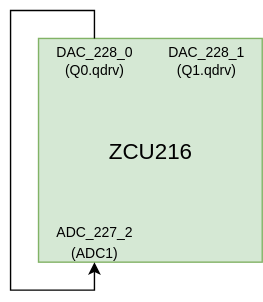
Above: images/cirgen.svg in ghuangatlbl/qubictutorial (draw.io), before the change. Source tidied: cells renumbered, new cells last; positions are measured from the earlier drawing's top-left corner, leaving out a move shared by most shapes.
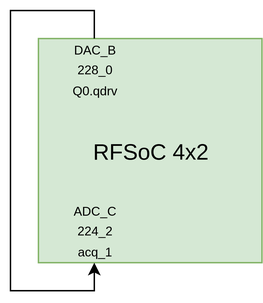
Later version of the same file.

Commit message:
add diagram for rfsoc 4x2

What changed in the source:
```diff
@@ -2,27 +2,24 @@
   <root>
     <mxCell id="0" />
     <mxCell id="1" parent="0" />
-    <mxCell id="2" value="&lt;font style=&quot;font-size: 16px;&quot;&gt;ZCU216&lt;/font&gt;" style="rounded=0;whiteSpace=wrap;html=1;fillColor=#d5e8d4;strokeColor=#82b366;" parent="1" vertex="1">
-      <mxGeometry x="20" y="20" width="160" height="160" as="geometry" />
-    </mxCell>
-    <mxCell id="3" style="edgeStyle=orthogonalEdgeStyle;rounded=0;jettySize=auto;html=1;exitX=0.5;exitY=0;exitDx=0;exitDy=0;entryX=0.5;entryY=1;entryDx=0;entryDy=0;" parent="1" edge="1" source="4" target="6">
-      <mxGeometry relative="1" as="geometry">
-        <Array as="points">
-          <mxPoint x="60" />
-          <mxPoint />
-          <mxPoint y="200" />
-          <mxPoint x="60" y="200" />
-        </Array>
-      </mxGeometry>
-    </mxCell>
-    <mxCell id="4" value="&lt;font style=&quot;font-size: 10px;&quot;&gt;DAC_228_0&lt;br&gt;&lt;/font&gt;&lt;div style=&quot;font-size: 10px;&quot;&gt;&lt;font style=&quot;font-size: 10px;&quot;&gt;(Q0.qdrv)&lt;/font&gt;&lt;/div&gt;" style="text;html=1;strokeColor=none;fillColor=none;align=center;verticalAlign=middle;whiteSpace=wrap;rounded=0;" parent="1" vertex="1">
-      <mxGeometry x="30" y="20" width="60" height="30" as="geometry" />
-    </mxCell>
-    <mxCell id="5" value="&lt;font style=&quot;font-size: 10px;&quot;&gt;DAC_228_1&lt;br&gt;&lt;/font&gt;&lt;div style=&quot;font-size: 10px;&quot;&gt;&lt;font style=&quot;font-size: 10px;&quot;&gt;(Q1.qdrv)&lt;/font&gt;&lt;/div&gt;" style="text;html=1;strokeColor=none;fillColor=none;align=center;verticalAlign=middle;whiteSpace=wrap;rounded=0;" parent="1" vertex="1">
-      <mxGeometry x="110" y="20" width="60" height="30" as="geometry" />
-    </mxCell>
-    <mxCell id="6" value="&lt;div&gt;&lt;font style=&quot;font-size: 10px;&quot;&gt;ADC_227_2&lt;/font&gt;&lt;/div&gt;&lt;div&gt;&lt;font style=&quot;font-size: 10px;&quot;&gt;(ADC1)&lt;/font&gt;&lt;/div&gt;" style="text;html=1;strokeColor=none;fillColor=none;align=center;verticalAlign=middle;whiteSpace=wrap;rounded=0;" parent="1" vertex="1">
-      <mxGeometry x="30" y="150" width="60" height="30" as="geometry" />
-    </mxCell>
+    <mxCell id="7" value="&lt;font style=&quot;font-size: 16px;&quot;&gt;RFSoC 4x2&lt;/font&gt;" style="rounded=0;whiteSpace=wrap;html=1;fillColor=#d5e8d4;strokeColor=#82b366;" parent="1" vertex="1">
+      <mxGeometry x="20" y="20" width="160" height="160" as="geometry" />
+    </mxCell>
+    <mxCell id="8" value="&lt;div&gt;&lt;font style=&quot;font-size: 9px;&quot;&gt;DAC_B&lt;/font&gt;&lt;/div&gt;&lt;div&gt;&lt;font style=&quot;font-size: 9px;&quot;&gt;228_0&lt;/font&gt;&lt;/div&gt;&lt;div&gt;&lt;font style=&quot;font-size: 9px;&quot;&gt;Q0.qdrv&lt;/font&gt;&lt;/div&gt;" style="text;html=1;strokeColor=none;fillColor=none;align=center;verticalAlign=middle;whiteSpace=wrap;rounded=0;" parent="1" vertex="1">
+      <mxGeometry x="30" y="26" width="60" height="30" as="geometry" />
+    </mxCell>
+    <mxCell id="9" style="edgeStyle=orthogonalEdgeStyle;rounded=0;orthogonalLoop=1;jettySize=auto;html=1;exitX=0.25;exitY=0;exitDx=0;exitDy=0;entryX=0.25;entryY=1;entryDx=0;entryDy=0;" parent="1" edge="1" source="7" target="7">
+      <mxGeometry relative="1" as="geometry">
+        <Array as="points">
+          <mxPoint x="60" />
+          <mxPoint />
+          <mxPoint y="200" />
+          <mxPoint x="60" y="200" />
+        </Array>
+      </mxGeometry>
+    </mxCell>
+    <mxCell id="10" value="&lt;div&gt;&lt;font style=&quot;font-size: 9px;&quot;&gt;ADC_C&lt;/font&gt;&lt;/div&gt;&lt;div&gt;&lt;font style=&quot;font-size: 9px;&quot;&gt;224_2&lt;/font&gt;&lt;/div&gt;&lt;div&gt;&lt;font style=&quot;font-size: 9px;&quot;&gt;acq_1&lt;/font&gt;&lt;/div&gt;" style="text;html=1;strokeColor=none;fillColor=none;align=center;verticalAlign=middle;whiteSpace=wrap;rounded=0;" parent="1" vertex="1">
+      <mxGeometry x="30" y="141" width="60" height="30" as="geometry" />
+    </mxCell>
   </root>
 </mxGraphModel>
```
